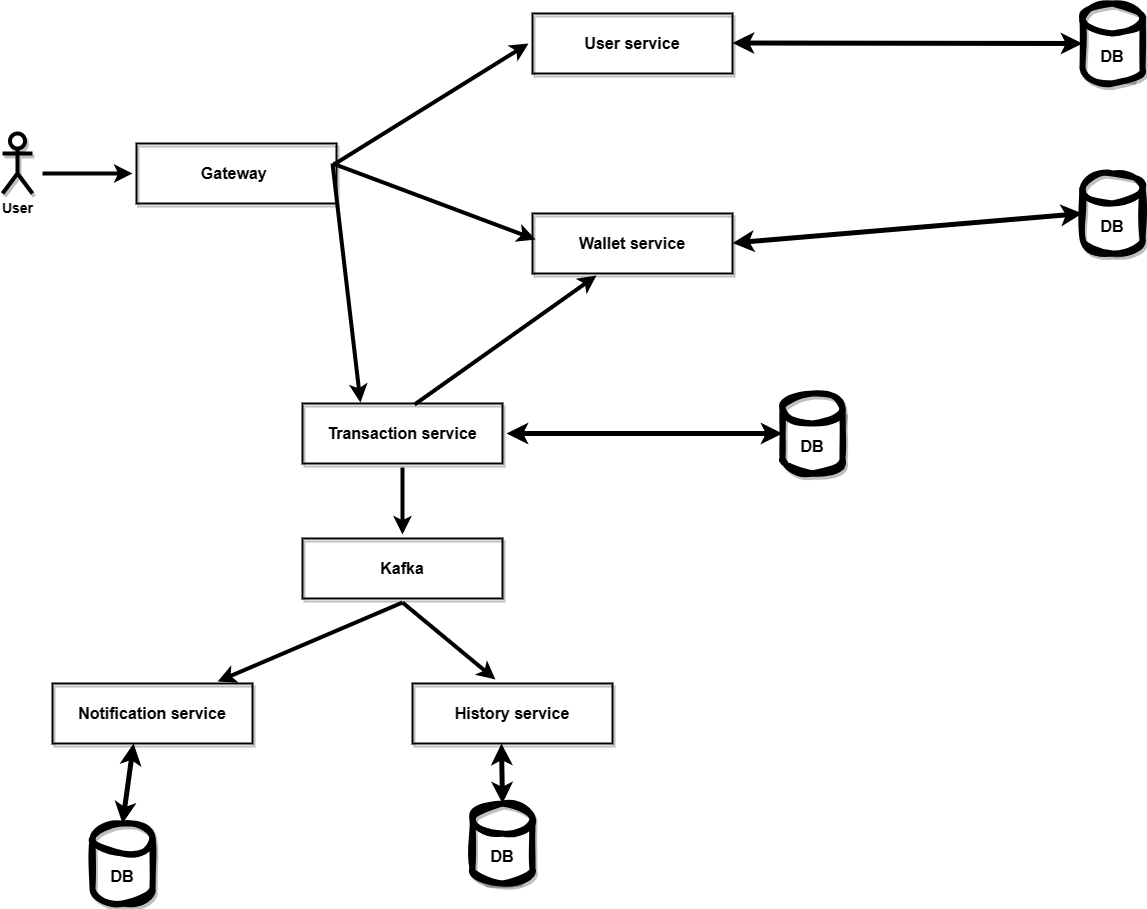
Before: Requirements/flow.png, a diagram exported from draw.io (MohamedMoubarakHussein/TheMoneyWallet-TheMMPay). Source tidied: cells renumbered, new cells last; positions are measured from the earlier drawing's top-left corner, leaving out a move shared by most shapes. Source of this version:
```xml
<mxGraphModel background="#ffffff">
  <root>
    <mxCell id="0" />
    <mxCell id="1" parent="0" />
    <mxCell id="2" value="User service" style="rounded=0;whiteSpace=wrap;html=1;fillColor=none;strokeWidth=2;perimeterSpacing=4;glass=0;shadow=1;fontStyle=1;fontSize=16;" parent="1" vertex="1">
      <mxGeometry x="530" y="10" width="200" height="60" as="geometry" />
    </mxCell>
    <mxCell id="3" value="History service" style="rounded=0;whiteSpace=wrap;html=1;fillColor=none;strokeWidth=2;perimeterSpacing=4;glass=0;shadow=1;fontStyle=1;fontSize=16;" parent="1" vertex="1">
      <mxGeometry x="410" y="680" width="200" height="60" as="geometry" />
    </mxCell>
    <mxCell id="4" value="Notification service" style="rounded=0;whiteSpace=wrap;html=1;fillColor=none;strokeWidth=2;perimeterSpacing=4;glass=0;shadow=1;fontStyle=1;fontSize=16;" parent="1" vertex="1">
      <mxGeometry x="50" y="680" width="200" height="60" as="geometry" />
    </mxCell>
    <mxCell id="5" value="Wallet service" style="rounded=0;whiteSpace=wrap;html=1;fillColor=none;strokeWidth=2;perimeterSpacing=4;glass=0;shadow=1;fontStyle=1;fontSize=16;" parent="1" vertex="1">
      <mxGeometry x="530" y="210" width="200" height="60" as="geometry" />
    </mxCell>
    <mxCell id="6" value="Transaction service" style="rounded=0;whiteSpace=wrap;html=1;fillColor=none;strokeWidth=2;perimeterSpacing=4;glass=0;shadow=1;fontStyle=1;fontSize=16;" parent="1" vertex="1">
      <mxGeometry x="300" y="400" width="200" height="60" as="geometry" />
    </mxCell>
    <mxCell id="7" value="Gateway&amp;nbsp;" style="rounded=0;whiteSpace=wrap;html=1;fillColor=none;strokeWidth=2;perimeterSpacing=4;glass=0;shadow=1;fontStyle=1;fontSize=16;" parent="1" vertex="1">
      <mxGeometry x="134" y="140" width="200" height="60" as="geometry" />
    </mxCell>
    <mxCell id="8" value="User" style="shape=umlActor;verticalLabelPosition=bottom;verticalAlign=top;html=1;strokeWidth=4;perimeterSpacing=3;shadow=1;fontStyle=1;fontSize=14;" parent="1" vertex="1">
      <mxGeometry y="130" width="30" height="60" as="geometry" />
    </mxCell>
    <mxCell id="9" style="endArrow=classic;html=1;rounded=0;fontSize=12;strokeWidth=4;" parent="1" edge="1" target="7">
      <mxGeometry relative="1" as="geometry">
        <mxPoint x="40" y="170" as="sourcePoint" />
      </mxGeometry>
    </mxCell>
    <mxCell id="10" style="endArrow=classic;html=1;rounded=0;fontSize=12;strokeWidth=4;exitX=0.976;exitY=0.353;exitDx=0;exitDy=0;exitPerimeter=0;entryX=0;entryY=0.5;entryDx=0;entryDy=0;" parent="1" edge="1" source="7" target="2">
      <mxGeometry relative="1" as="geometry" />
    </mxCell>
    <mxCell id="11" style="endArrow=classic;html=1;rounded=0;fontSize=12;strokeWidth=4;exitX=0.962;exitY=0.353;exitDx=0;exitDy=0;exitPerimeter=0;entryX=0.034;entryY=0.441;entryDx=0;entryDy=0;entryPerimeter=0;" parent="1" edge="1" source="7" target="5">
      <mxGeometry relative="1" as="geometry" />
    </mxCell>
    <mxCell id="12" style="endArrow=classic;html=1;rounded=0;fontSize=12;strokeWidth=4;entryX=0.298;entryY=0.044;entryDx=0;entryDy=0;entryPerimeter=0;" parent="1" edge="1" target="6">
      <mxGeometry relative="1" as="geometry">
        <mxPoint x="330" y="160" as="sourcePoint" />
      </mxGeometry>
    </mxCell>
    <mxCell id="13" style="endArrow=classic;html=1;rounded=0;fontSize=12;strokeWidth=4;entryX=0.327;entryY=0.971;entryDx=0;entryDy=0;entryPerimeter=0;exitX=0.558;exitY=0.074;exitDx=0;exitDy=0;exitPerimeter=0;" parent="1" edge="1" source="6" target="5">
      <mxGeometry relative="1" as="geometry" />
    </mxCell>
    <mxCell id="14" style="endArrow=classic;html=1;rounded=0;fontSize=12;strokeWidth=4;exitX=0.5;exitY=1;exitDx=0;exitDy=0;entryX=0.813;entryY=0.029;entryDx=0;entryDy=0;entryPerimeter=0;" parent="1" edge="1" source="25" target="4">
      <mxGeometry relative="1" as="geometry" />
    </mxCell>
    <mxCell id="15" value="DB" style="shape=cylinder3;whiteSpace=wrap;html=1;boundedLbl=1;backgroundOutline=1;size=15;strokeWidth=6;shadow=1;sketch=1;curveFitting=1;jiggle=2;fontStyle=1;fontSize=16;" parent="1" vertex="1">
      <mxGeometry x="1080" width="60" height="80" as="geometry" />
    </mxCell>
    <mxCell id="16" value="DB" style="shape=cylinder3;whiteSpace=wrap;html=1;boundedLbl=1;backgroundOutline=1;size=15;strokeWidth=6;shadow=1;sketch=1;curveFitting=1;jiggle=2;fontStyle=1;fontSize=16;" parent="1" vertex="1">
      <mxGeometry x="1080" y="170" width="60" height="80" as="geometry" />
    </mxCell>
    <mxCell id="17" value="DB" style="shape=cylinder3;whiteSpace=wrap;html=1;boundedLbl=1;backgroundOutline=1;size=15;strokeWidth=6;shadow=1;sketch=1;curveFitting=1;jiggle=2;fontStyle=1;fontSize=16;" parent="1" vertex="1">
      <mxGeometry x="780" y="390" width="60" height="80" as="geometry" />
    </mxCell>
    <mxCell id="18" style="endArrow=classic;startArrow=classic;html=1;rounded=0;strokeWidth=5;exitX=1;exitY=0.5;exitDx=0;exitDy=0;entryX=0;entryY=0.5;entryDx=0;entryDy=0;entryPerimeter=0;" parent="1" edge="1" source="6" target="17">
      <mxGeometry relative="1" as="geometry" />
    </mxCell>
    <mxCell id="19" style="endArrow=classic;startArrow=classic;html=1;rounded=0;strokeWidth=5;exitX=1;exitY=0.5;exitDx=0;exitDy=0;entryX=0;entryY=0.5;entryDx=0;entryDy=0;entryPerimeter=0;" parent="1" edge="1" target="16">
      <mxGeometry relative="1" as="geometry">
        <mxPoint x="730" y="239.5" as="sourcePoint" />
      </mxGeometry>
    </mxCell>
    <mxCell id="20" style="endArrow=classic;startArrow=classic;html=1;rounded=0;strokeWidth=5;exitX=1;exitY=0.5;exitDx=0;exitDy=0;entryX=0;entryY=0.5;entryDx=0;entryDy=0;entryPerimeter=0;" parent="1" edge="1" target="15">
      <mxGeometry relative="1" as="geometry">
        <mxPoint x="730" y="39.5" as="sourcePoint" />
      </mxGeometry>
    </mxCell>
    <mxCell id="21" value="DB" style="shape=cylinder3;whiteSpace=wrap;html=1;boundedLbl=1;backgroundOutline=1;size=15;strokeWidth=6;shadow=1;sketch=1;curveFitting=1;jiggle=2;fontStyle=1;fontSize=16;" parent="1" vertex="1">
      <mxGeometry x="470" y="800" width="60" height="80" as="geometry" />
    </mxCell>
    <mxCell id="22" style="endArrow=classic;startArrow=classic;html=1;rounded=0;strokeWidth=5;exitX=0.447;exitY=0.941;exitDx=0;exitDy=0;entryX=0.5;entryY=0;entryDx=0;entryDy=0;entryPerimeter=0;exitPerimeter=0;" parent="1" edge="1" source="3" target="21">
      <mxGeometry relative="1" as="geometry" />
    </mxCell>
    <mxCell id="23" value="DB" style="shape=cylinder3;whiteSpace=wrap;html=1;boundedLbl=1;backgroundOutline=1;size=15;strokeWidth=6;shadow=1;sketch=1;curveFitting=1;jiggle=2;fontStyle=1;fontSize=16;" parent="1" vertex="1">
      <mxGeometry x="90" y="820" width="60" height="80" as="geometry" />
    </mxCell>
    <mxCell id="24" style="endArrow=classic;startArrow=classic;html=1;rounded=0;strokeWidth=5;exitX=0.409;exitY=0.941;exitDx=0;exitDy=0;entryX=0.5;entryY=0;entryDx=0;entryDy=0;entryPerimeter=0;exitPerimeter=0;" parent="1" edge="1" source="4" target="23">
      <mxGeometry relative="1" as="geometry" />
    </mxCell>
    <mxCell id="25" value="Kafka" style="rounded=0;whiteSpace=wrap;html=1;fillColor=none;strokeWidth=2;perimeterSpacing=4;glass=0;shadow=1;fontStyle=1;fontSize=16;" parent="1" vertex="1">
      <mxGeometry x="300" y="535" width="200" height="60" as="geometry" />
    </mxCell>
    <mxCell id="26" style="endArrow=classic;html=1;rounded=0;fontSize=12;strokeWidth=4;exitX=0.5;exitY=1;exitDx=0;exitDy=0;entryX=0.418;entryY=0;entryDx=0;entryDy=0;entryPerimeter=0;" parent="1" edge="1" source="25" target="3">
      <mxGeometry relative="1" as="geometry" />
    </mxCell>
    <mxCell id="27" style="endArrow=classic;html=1;rounded=0;fontSize=12;strokeWidth=4;exitX=0.5;exitY=1;exitDx=0;exitDy=0;entryX=0.5;entryY=0;entryDx=0;entryDy=0;" parent="1" edge="1" source="6" target="25">
      <mxGeometry relative="1" as="geometry" />
    </mxCell>
  </root>
</mxGraphModel>
```
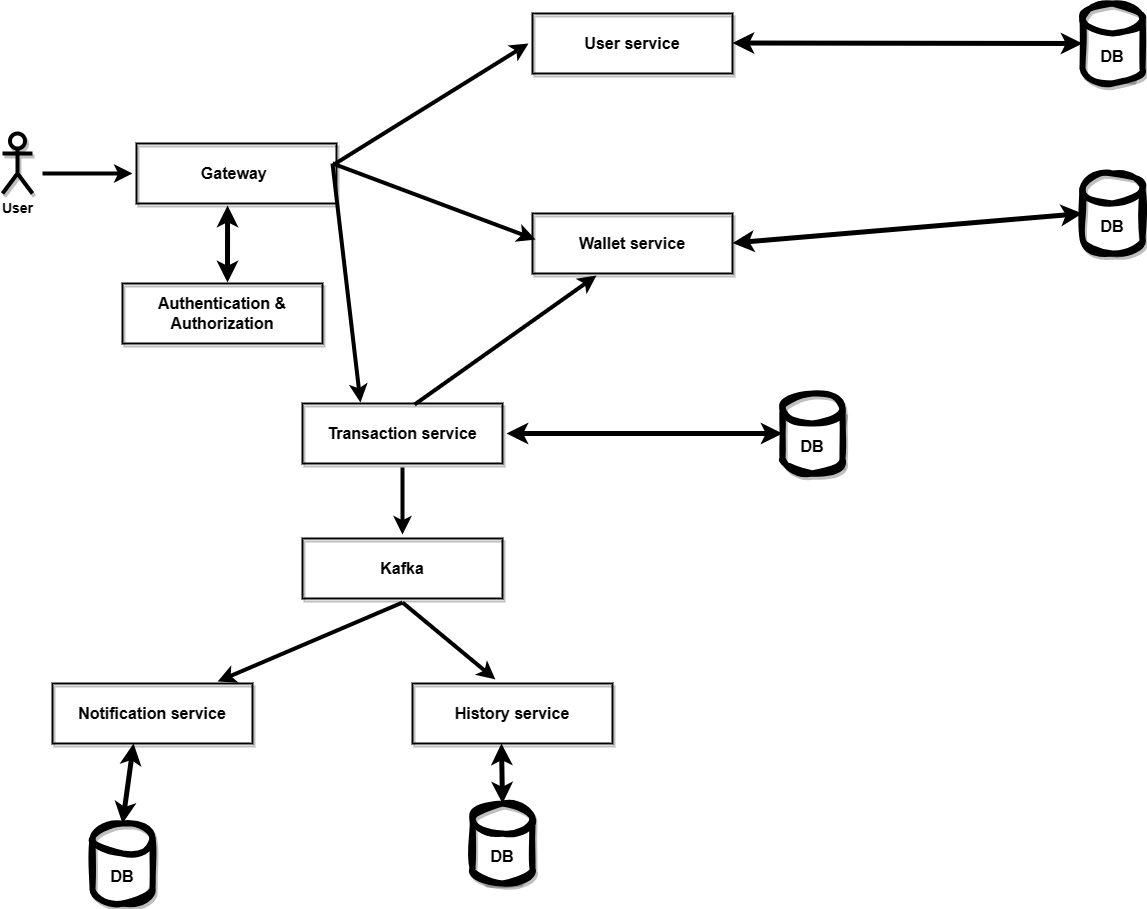
After the change.

Commit message:
Adding erd for user service and editing the flow diagram

Change to the diagram source:
```diff
@@ -88,5 +88,13 @@
     <mxCell id="27" style="endArrow=classic;html=1;rounded=0;fontSize=12;strokeWidth=4;exitX=0.5;exitY=1;exitDx=0;exitDy=0;entryX=0.5;entryY=0;entryDx=0;entryDy=0;" parent="1" edge="1" source="6" target="25">
       <mxGeometry relative="1" as="geometry" />
     </mxCell>
+    <mxCell id="28" value="Authentication &amp;amp; Authorization" style="rounded=0;whiteSpace=wrap;html=1;fillColor=none;strokeWidth=2;perimeterSpacing=4;glass=0;shadow=1;fontStyle=1;fontSize=16;" parent="1" vertex="1">
+      <mxGeometry x="120" y="280" width="200" height="60" as="geometry" />
+    </mxCell>
+    <mxCell id="29" style="endArrow=classic;startArrow=classic;html=1;rounded=0;strokeWidth=5;entryX=0.457;entryY=0.971;entryDx=0;entryDy=0;entryPerimeter=0;" parent="1" edge="1" target="7">
+      <mxGeometry relative="1" as="geometry">
+        <mxPoint x="225" y="279" as="sourcePoint" />
+      </mxGeometry>
+    </mxCell>
   </root>
 </mxGraphModel>
```
